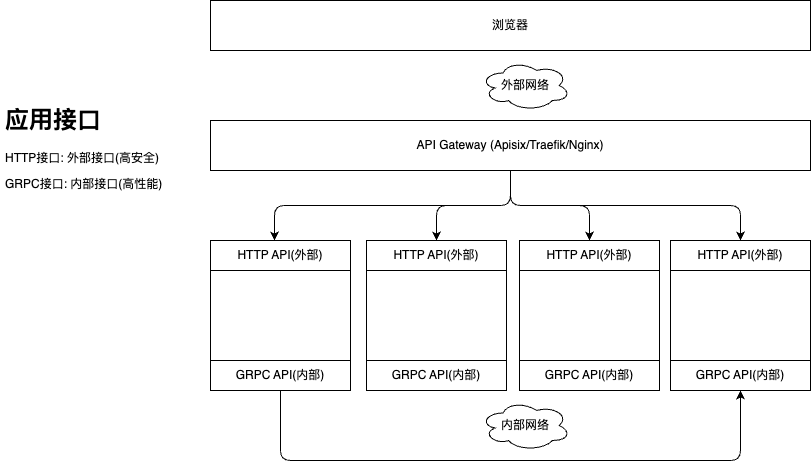
Earlier version of the draw.io export static/img/mcube/rpc.png (infraboard/docs). Source tidied: cells renumbered, new cells last; positions are measured from the earlier drawing's top-left corner, leaving out a move shared by most shapes.
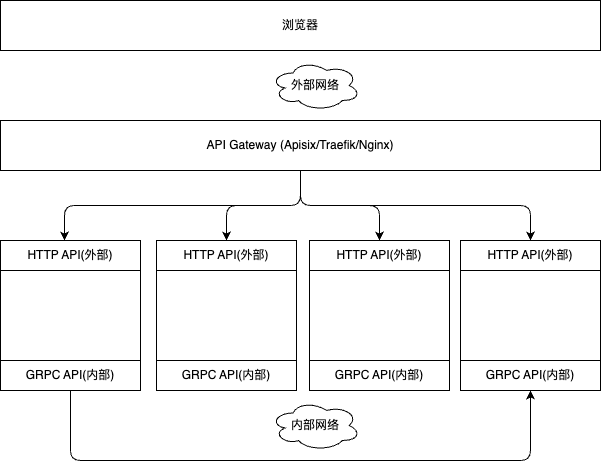
After the change.

Diff of the diagram source:
```diff
@@ -70,8 +70,5 @@
     <mxCell id="22" value="内部网络" style="ellipse;shape=cloud;whiteSpace=wrap;html=1;" parent="1" vertex="1">
       <mxGeometry x="480" y="400" width="90" height="50" as="geometry" />
     </mxCell>
-    <mxCell id="23" value="&lt;h1&gt;应用接口&lt;/h1&gt;&lt;p&gt;HTTP接口: 外部接口(高安全)&lt;/p&gt;&lt;p&gt;GRPC接口: 内部接口(高性能)&lt;/p&gt;" style="text;html=1;strokeColor=none;fillColor=none;spacing=5;spacingTop=-20;whiteSpace=wrap;overflow=hidden;rounded=0;" parent="1" vertex="1">
-      <mxGeometry y="100" width="190" height="120" as="geometry" />
-    </mxCell>
   </root>
 </mxGraphModel>
```
